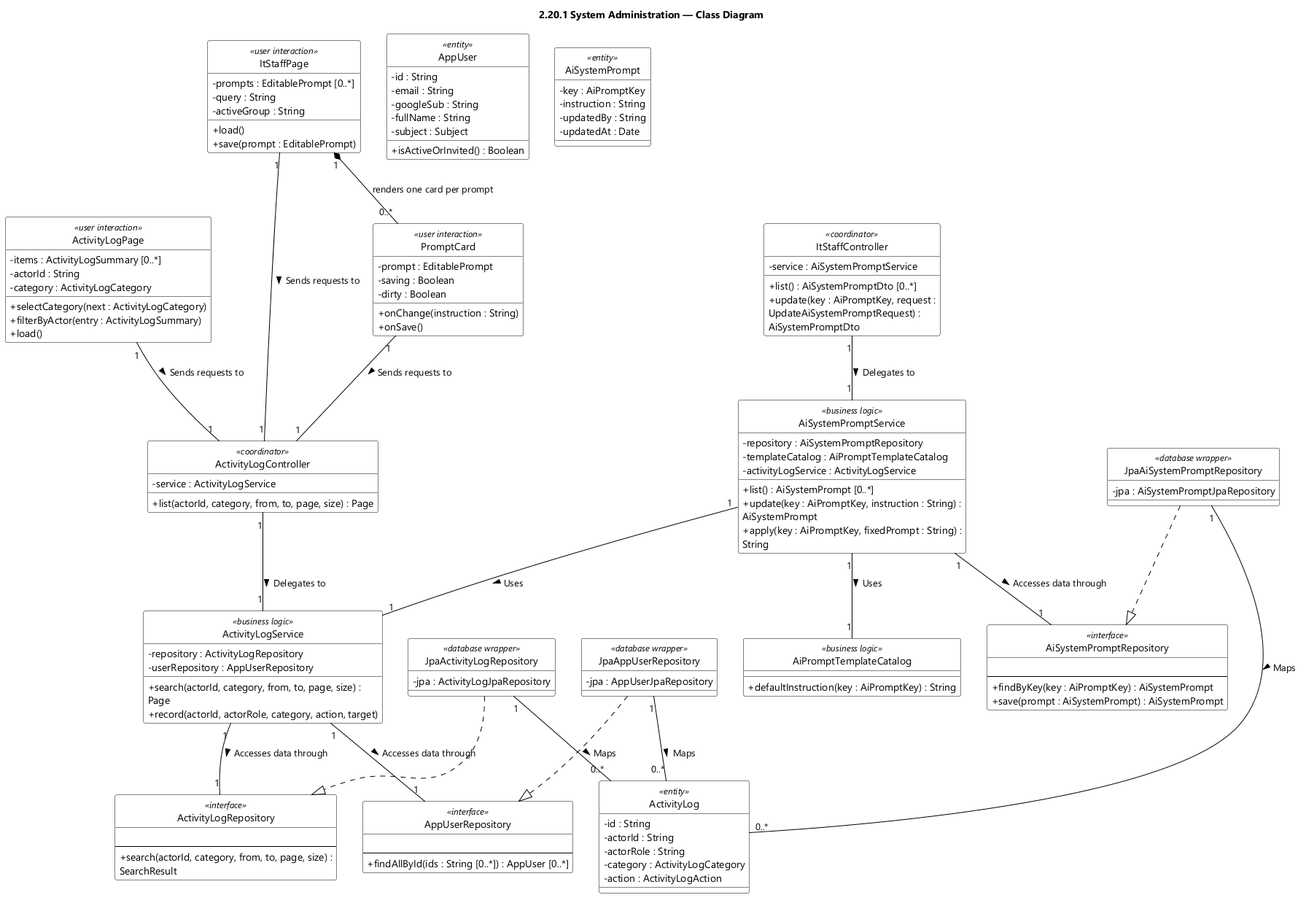
Before: designs/sds-diagrams/feat20/feat20-class-diagram.png, a diagram exported from PlantUML (EduA-system/EduA-system).
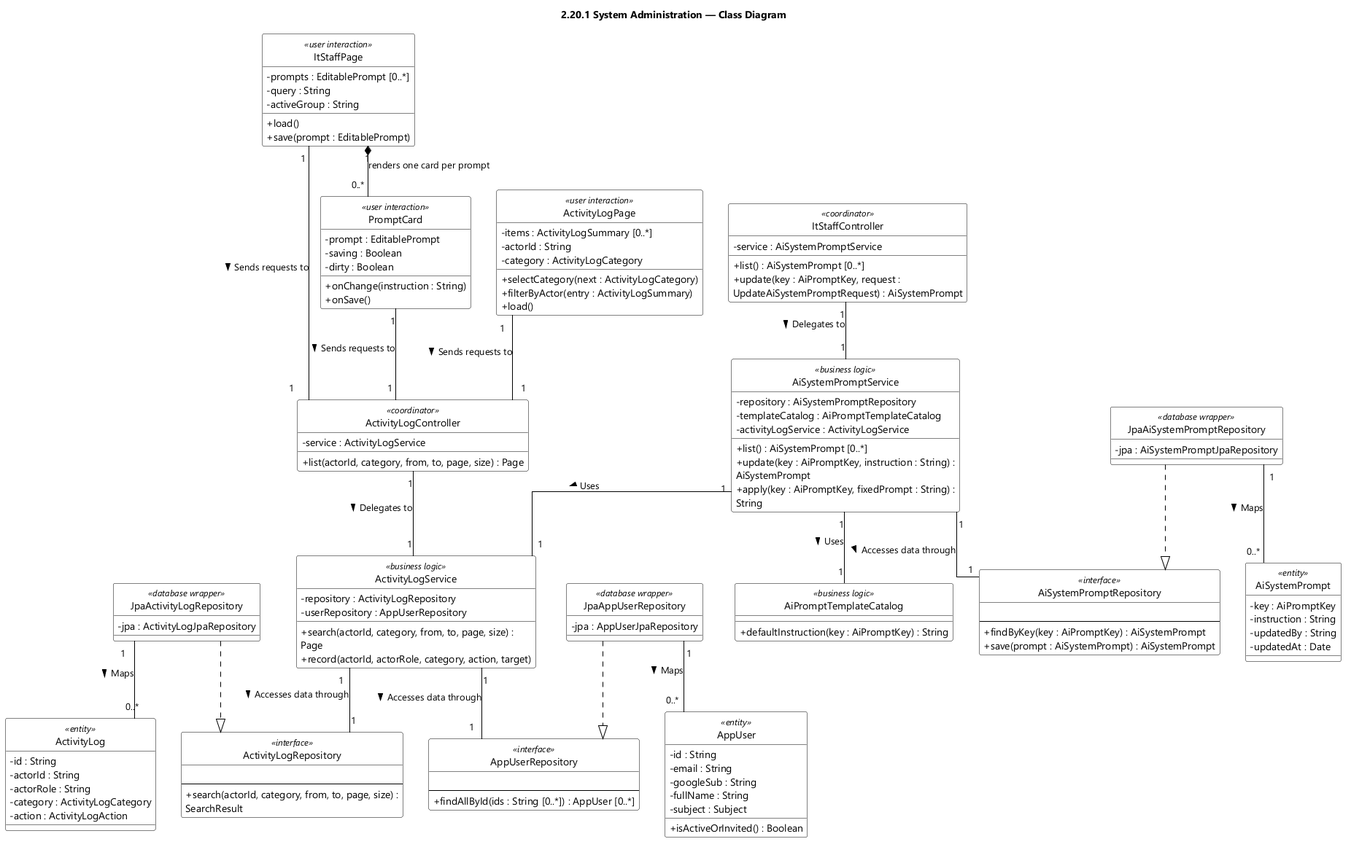
Later version of the same file.

What changed in the source:
```diff
@@ -7,6 +7,7 @@
 skinparam classBorderColor #000000
 skinparam ArrowColor #000000
 skinparam classAttributeIconSize 0
+skinparam linetype ortho
 hide circle
 title 2.20.1 System Administration — Class Diagram
 class ActivityLogPage <<user interaction>> {
@@ -52,8 +53,8 @@
 
 class ItStaffController <<coordinator>> {
   - service : AiSystemPromptService
-  + list() : AiSystemPromptDto [0..*]
-  + update(key : AiPromptKey, request : UpdateAiSystemPromptRequest) : AiSystemPromptDto
+  + list() : AiSystemPrompt [0..*]
+  + update(key : AiPromptKey, request : UpdateAiSystemPromptRequest) : AiSystemPrompt
 }
 
 class AiSystemPromptService <<business logic>> {
@@ -135,7 +136,7 @@
 JpaAppUserRepository ..|> AppUserRepository
 JpaActivityLogRepository ..|> ActivityLogRepository
 JpaActivityLogRepository "1" -- "0..*" ActivityLog : Maps >
-JpaAppUserRepository "1" -- "0..*" ActivityLog : Maps >
-JpaAiSystemPromptRepository "1" -- "0..*" ActivityLog : Maps >
+JpaAppUserRepository "1" -- "0..*" AppUser : Maps >
+JpaAiSystemPromptRepository "1" -- "0..*" AiSystemPrompt : Maps >
 
 @enduml
```
